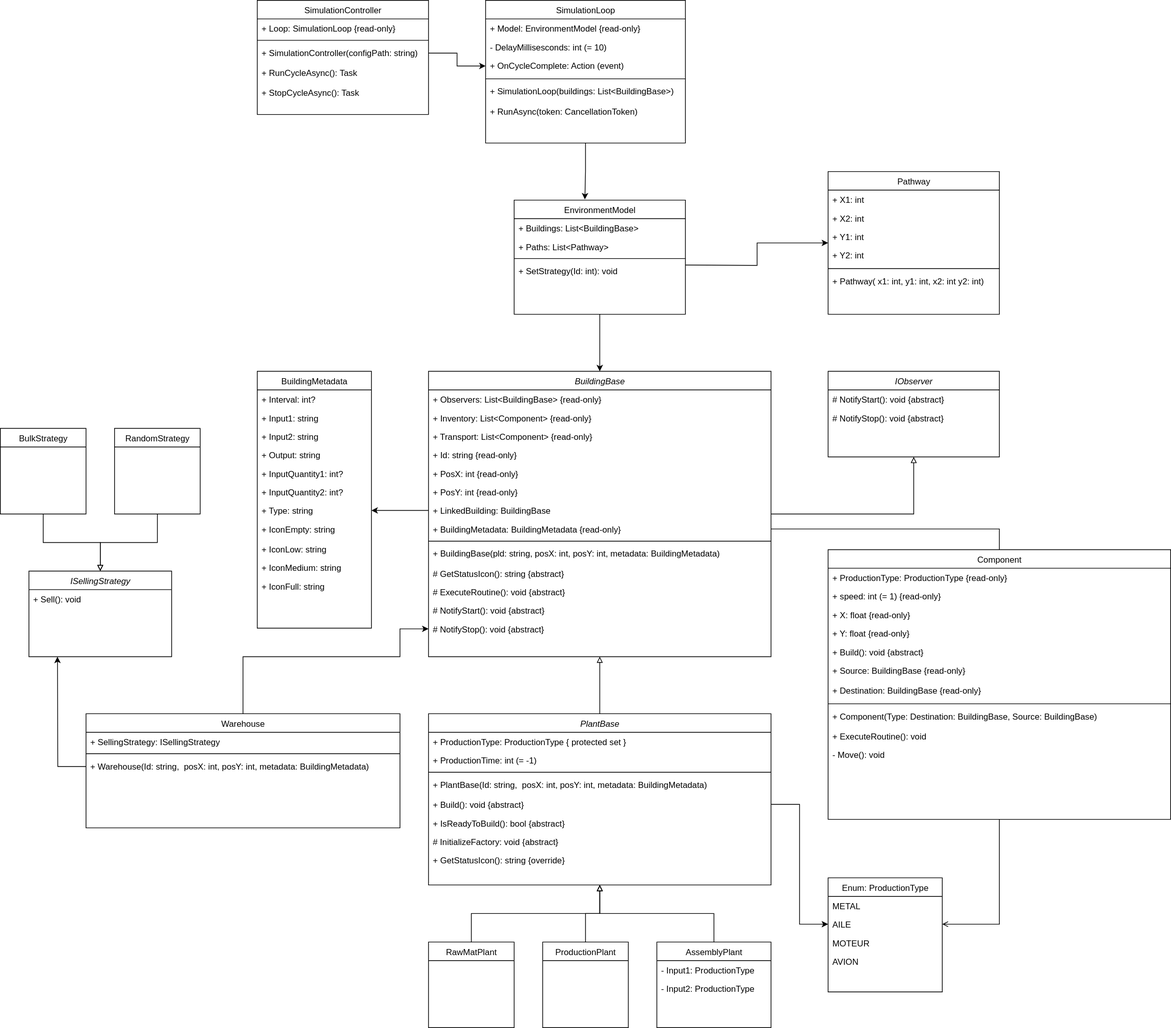
Before: Doc/Backend_UML.svg, a diagram exported from draw.io (FrancisLabine/OOP-Example-1). Source tidied: cells renumbered, new cells last; positions are measured from the earlier drawing's top-left corner, leaving out a move shared by most shapes.
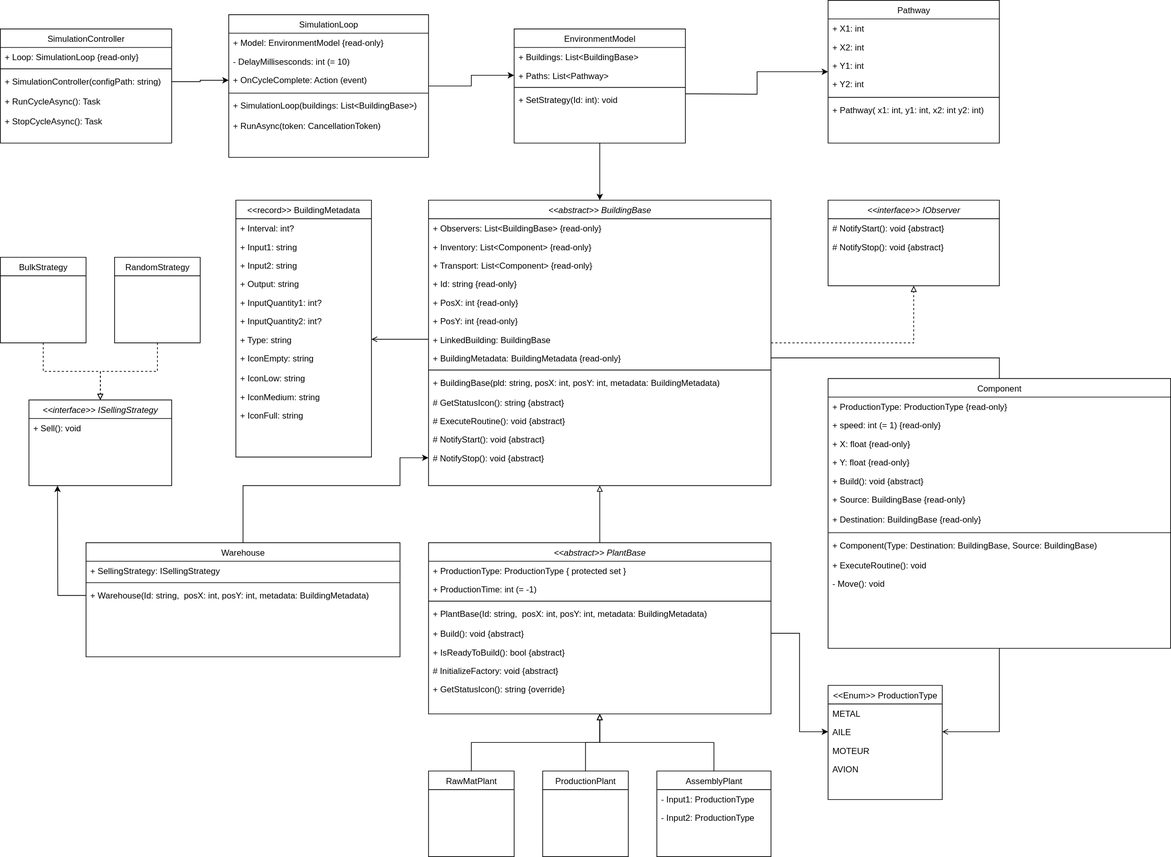
Above is the later version.

What changed in the source:
```diff
@@ -2,10 +2,10 @@
   <root>
     <mxCell id="0" />
     <mxCell id="1" parent="0" />
-    <mxCell id="2" style="edgeStyle=orthogonalEdgeStyle;rounded=0;jettySize=auto;html=1;entryX=0.5;entryY=1;entryDx=0;entryDy=0;endArrow=block;endFill=0;" parent="1" edge="1" source="3" target="79">
+    <mxCell id="2" style="edgeStyle=orthogonalEdgeStyle;rounded=0;jettySize=auto;html=1;entryX=0.5;entryY=1;entryDx=0;entryDy=0;endArrow=block;endFill=0;dashed=1;" parent="1" edge="1" source="3" target="79">
       <mxGeometry relative="1" as="geometry" />
     </mxCell>
-    <mxCell id="3" value="BuildingBase" style="swimlane;fontStyle=2;align=center;verticalAlign=top;horizontal=1;startSize=26;rounded=0;shadow=0;strokeWidth=1;" parent="1" vertex="1">
+    <mxCell id="3" value="&lt;&lt;abstract&gt;&gt; BuildingBase" style="swimlane;fontStyle=2;align=center;verticalAlign=top;horizontal=1;startSize=26;rounded=0;shadow=0;strokeWidth=1;" parent="1" vertex="1">
       <mxGeometry x="600" y="520" width="480" height="400" as="geometry" />
     </mxCell>
     <mxCell id="4" value="+ Observers: List&lt;BuildingBase&gt; {read-only}&#10;" style="text;align=left;verticalAlign=top;spacingLeft=4;spacingRight=4;overflow=hidden;" parent="3" vertex="1">
@@ -53,7 +53,7 @@
     <mxCell id="18" style="edgeStyle=orthogonalEdgeStyle;rounded=0;jettySize=auto;html=1;exitX=0.5;exitY=0;exitDx=0;exitDy=0;entryX=0.5;entryY=1;entryDx=0;entryDy=0;endArrow=block;endFill=0;" parent="1" edge="1" source="19" target="3">
       <mxGeometry relative="1" as="geometry" />
     </mxCell>
-    <mxCell id="19" value="PlantBase" style="swimlane;fontStyle=2;align=center;verticalAlign=top;horizontal=1;startSize=26;rounded=0;shadow=0;strokeWidth=1;" parent="1" vertex="1">
+    <mxCell id="19" value="&lt;&lt;abstract&gt;&gt; PlantBase" style="swimlane;fontStyle=2;align=center;verticalAlign=top;horizontal=1;startSize=26;rounded=0;shadow=0;strokeWidth=1;" parent="1" vertex="1">
       <mxGeometry x="600" y="1000" width="480" height="240" as="geometry" />
     </mxCell>
     <mxCell id="20" value="+ ProductionType: ProductionType { protected set }" style="text;align=left;verticalAlign=top;spacingLeft=4;spacingRight=4;overflow=hidden;" parent="19" vertex="1">
@@ -151,44 +151,44 @@
     <mxCell id="48" value="+ Pathway( x1: int, y1: int, x2: int y2: int)" style="text;align=left;verticalAlign=top;spacingLeft=4;spacingRight=4;overflow=hidden;" parent="42" vertex="1">
       <mxGeometry y="140" width="240" height="26" as="geometry" />
     </mxCell>
-    <mxCell id="49" value="BuildingMetadata" style="swimlane;fontStyle=0;align=center;verticalAlign=top;horizontal=1;startSize=26;rounded=0;shadow=0;strokeWidth=1;" parent="1" vertex="1">
-      <mxGeometry x="360" y="520" width="160" height="360" as="geometry" />
+    <mxCell id="49" value="&lt;&lt;record&gt;&gt; BuildingMetadata" style="swimlane;fontStyle=0;align=center;verticalAlign=top;horizontal=1;startSize=26;rounded=0;shadow=0;strokeWidth=1;" parent="1" vertex="1">
+      <mxGeometry x="330" y="520" width="190" height="360" as="geometry" />
     </mxCell>
     <mxCell id="50" value="+ Interval: int?&#10;" style="text;align=left;verticalAlign=top;spacingLeft=4;spacingRight=4;overflow=hidden;" parent="49" vertex="1">
-      <mxGeometry y="26" width="160" height="26" as="geometry" />
+      <mxGeometry y="26" width="190" height="26" as="geometry" />
     </mxCell>
     <mxCell id="51" value="+ Input1: string" style="text;align=left;verticalAlign=top;spacingLeft=4;spacingRight=4;overflow=hidden;rounded=0;shadow=0;html=0;" parent="49" vertex="1">
-      <mxGeometry y="52" width="160" height="26" as="geometry" />
+      <mxGeometry y="52" width="190" height="26" as="geometry" />
     </mxCell>
     <mxCell id="52" value="+ Input2: string" style="text;align=left;verticalAlign=top;spacingLeft=4;spacingRight=4;overflow=hidden;rounded=0;shadow=0;html=0;" parent="49" vertex="1">
-      <mxGeometry y="78" width="160" height="26" as="geometry" />
+      <mxGeometry y="78" width="190" height="26" as="geometry" />
     </mxCell>
     <mxCell id="53" value="+ Output: string" style="text;align=left;verticalAlign=top;spacingLeft=4;spacingRight=4;overflow=hidden;" parent="49" vertex="1">
-      <mxGeometry y="104" width="160" height="26" as="geometry" />
+      <mxGeometry y="104" width="190" height="26" as="geometry" />
     </mxCell>
     <mxCell id="54" value="+ InputQuantity1: int?" style="text;align=left;verticalAlign=top;spacingLeft=4;spacingRight=4;overflow=hidden;" parent="49" vertex="1">
-      <mxGeometry y="130" width="160" height="26" as="geometry" />
+      <mxGeometry y="130" width="190" height="26" as="geometry" />
     </mxCell>
     <mxCell id="55" value="+ InputQuantity2: int?" style="text;align=left;verticalAlign=top;spacingLeft=4;spacingRight=4;overflow=hidden;" parent="49" vertex="1">
-      <mxGeometry y="156" width="160" height="26" as="geometry" />
+      <mxGeometry y="156" width="190" height="26" as="geometry" />
     </mxCell>
     <mxCell id="56" value="+ Type: string" style="text;align=left;verticalAlign=top;spacingLeft=4;spacingRight=4;overflow=hidden;points=[[0,0.5],[1,0.5]];portConstraint=eastwest;" parent="49" vertex="1">
-      <mxGeometry y="182" width="160" height="26" as="geometry" />
+      <mxGeometry y="182" width="190" height="26" as="geometry" />
     </mxCell>
     <mxCell id="57" value="+ IconEmpty: string" style="text;align=left;verticalAlign=top;spacingLeft=4;spacingRight=4;overflow=hidden;" parent="49" vertex="1">
-      <mxGeometry y="208" width="160" height="28" as="geometry" />
+      <mxGeometry y="208" width="190" height="28" as="geometry" />
     </mxCell>
     <mxCell id="58" value="+ IconLow: string" style="text;align=left;verticalAlign=top;spacingLeft=4;spacingRight=4;overflow=hidden;" parent="49" vertex="1">
-      <mxGeometry y="236" width="160" height="26" as="geometry" />
+      <mxGeometry y="236" width="190" height="26" as="geometry" />
     </mxCell>
     <mxCell id="59" value="+ IconMedium: string" style="text;align=left;verticalAlign=top;spacingLeft=4;spacingRight=4;overflow=hidden;" parent="49" vertex="1">
-      <mxGeometry y="262" width="160" height="26" as="geometry" />
+      <mxGeometry y="262" width="190" height="26" as="geometry" />
     </mxCell>
     <mxCell id="60" value="+ IconFull: string" style="text;align=left;verticalAlign=top;spacingLeft=4;spacingRight=4;overflow=hidden;" parent="49" vertex="1">
-      <mxGeometry y="288" width="160" height="26" as="geometry" />
+      <mxGeometry y="288" width="190" height="26" as="geometry" />
     </mxCell>
-    <mxCell id="61" value="Enum: ProductionType" style="swimlane;fontStyle=0;align=center;verticalAlign=top;horizontal=1;startSize=26;rounded=0;shadow=0;strokeWidth=1;" parent="1" vertex="1">
-      <mxGeometry x="1160" y="1230" width="160" height="160" as="geometry" />
+    <mxCell id="61" value="&lt;&lt;Enum&gt;&gt; ProductionType" style="swimlane;fontStyle=0;align=center;verticalAlign=top;horizontal=1;startSize=26;rounded=0;shadow=0;strokeWidth=1;" parent="1" vertex="1">
+      <mxGeometry x="1160" y="1200" width="160" height="160" as="geometry" />
     </mxCell>
     <mxCell id="62" value="METAL" style="text;align=left;verticalAlign=top;spacingLeft=4;spacingRight=4;overflow=hidden;" parent="61" vertex="1">
       <mxGeometry y="26" width="160" height="26" as="geometry" />
@@ -241,7 +241,7 @@
     <mxCell id="78" value="- Move(): void" style="text;align=left;verticalAlign=top;spacingLeft=4;spacingRight=4;overflow=hidden;" parent="67" vertex="1">
       <mxGeometry y="274" width="480" height="26" as="geometry" />
     </mxCell>
-    <mxCell id="79" value="IObserver" style="swimlane;fontStyle=2;align=center;verticalAlign=top;horizontal=1;startSize=26;rounded=0;shadow=0;strokeWidth=1;" parent="1" vertex="1">
+    <mxCell id="79" value="&lt;&lt;interface&gt;&gt; IObserver" style="swimlane;fontStyle=2;align=center;verticalAlign=top;horizontal=1;startSize=26;rounded=0;shadow=0;strokeWidth=1;" parent="1" vertex="1">
       <mxGeometry x="1160" y="520" width="240" height="120" as="geometry" />
     </mxCell>
     <mxCell id="80" value="# NotifyStart(): void {abstract}" style="text;align=left;verticalAlign=top;spacingLeft=4;spacingRight=4;overflow=hidden;" parent="79" vertex="1">
@@ -250,26 +250,26 @@
     <mxCell id="81" value="# NotifyStop(): void {abstract}" style="text;align=left;verticalAlign=top;spacingLeft=4;spacingRight=4;overflow=hidden;" parent="79" vertex="1">
       <mxGeometry y="52" width="240" height="26" as="geometry" />
     </mxCell>
-    <mxCell id="82" value="ISellingStrategy" style="swimlane;fontStyle=2;align=center;verticalAlign=top;horizontal=1;startSize=26;rounded=0;shadow=0;strokeWidth=1;" parent="1" vertex="1">
+    <mxCell id="82" value="&lt;&lt;interface&gt;&gt; ISellingStrategy" style="swimlane;fontStyle=2;align=center;verticalAlign=top;horizontal=1;startSize=26;rounded=0;shadow=0;strokeWidth=1;" parent="1" vertex="1">
       <mxGeometry x="40" y="800" width="200" height="120" as="geometry" />
     </mxCell>
     <mxCell id="83" value="+ Sell(): void" style="text;align=left;verticalAlign=top;spacingLeft=4;spacingRight=4;overflow=hidden;" parent="82" vertex="1">
       <mxGeometry y="26" width="200" height="26" as="geometry" />
     </mxCell>
-    <mxCell id="84" style="edgeStyle=orthogonalEdgeStyle;rounded=0;jettySize=auto;html=1;entryX=0.5;entryY=0;entryDx=0;entryDy=0;endArrow=block;endFill=0;" parent="1" edge="1" source="85" target="82">
+    <mxCell id="84" style="edgeStyle=orthogonalEdgeStyle;rounded=0;jettySize=auto;html=1;entryX=0.5;entryY=0;entryDx=0;entryDy=0;endArrow=block;endFill=0;dashed=1;" parent="1" edge="1" source="85" target="82">
       <mxGeometry relative="1" as="geometry" />
     </mxCell>
     <mxCell id="85" value="BulkStrategy" style="swimlane;fontStyle=0;align=center;verticalAlign=top;horizontal=1;startSize=26;rounded=0;shadow=0;strokeWidth=1;" parent="1" vertex="1">
       <mxGeometry y="600" width="120" height="120" as="geometry" />
     </mxCell>
-    <mxCell id="86" style="edgeStyle=orthogonalEdgeStyle;rounded=0;jettySize=auto;html=1;entryX=0.5;entryY=0;entryDx=0;entryDy=0;endArrow=block;endFill=0;" parent="1" edge="1" source="87" target="82">
+    <mxCell id="86" style="edgeStyle=orthogonalEdgeStyle;rounded=0;jettySize=auto;html=1;entryX=0.5;entryY=0;entryDx=0;entryDy=0;endArrow=block;endFill=0;dashed=1;" parent="1" edge="1" source="87" target="82">
       <mxGeometry relative="1" as="geometry" />
     </mxCell>
     <mxCell id="87" value="RandomStrategy" style="swimlane;fontStyle=0;align=center;verticalAlign=top;horizontal=1;startSize=26;rounded=0;shadow=0;strokeWidth=1;" parent="1" vertex="1">
       <mxGeometry x="160" y="600" width="120" height="120" as="geometry" />
     </mxCell>
     <mxCell id="88" value="SimulationController" style="swimlane;fontStyle=0;align=center;verticalAlign=top;horizontal=1;startSize=26;rounded=0;shadow=0;strokeWidth=1;" parent="1" vertex="1">
-      <mxGeometry x="360" width="240" height="160" as="geometry" />
+      <mxGeometry y="280" width="240" height="160" as="geometry" />
     </mxCell>
     <mxCell id="89" value="+ Loop: SimulationLoop {read-only}" style="text;align=left;verticalAlign=top;spacingLeft=4;spacingRight=4;overflow=hidden;" parent="88" vertex="1">
       <mxGeometry y="26" width="240" height="26" as="geometry" />
@@ -286,8 +286,11 @@
     <mxCell id="93" value="+ StopCycleAsync(): Task" style="text;align=left;verticalAlign=top;spacingLeft=4;spacingRight=4;overflow=hidden;" parent="88" vertex="1">
       <mxGeometry y="116" width="240" height="26" as="geometry" />
     </mxCell>
+    <mxCell id="113" style="edgeStyle=orthogonalEdgeStyle;rounded=0;jettySize=auto;html=1;entryX=0;entryY=0.5;entryDx=0;entryDy=0;" parent="1" edge="1" source="94" target="104">
+      <mxGeometry relative="1" as="geometry" />
+    </mxCell>
     <mxCell id="94" value="SimulationLoop" style="swimlane;fontStyle=0;align=center;verticalAlign=top;horizontal=1;startSize=26;rounded=0;shadow=0;strokeWidth=1;" parent="1" vertex="1">
-      <mxGeometry x="680" width="280" height="200" as="geometry" />
+      <mxGeometry x="320" y="260" width="280" height="200" as="geometry" />
     </mxCell>
     <mxCell id="95" value="+ Model: EnvironmentModel {read-only}" style="text;align=left;verticalAlign=top;spacingLeft=4;spacingRight=4;overflow=hidden;rounded=0;shadow=0;html=0;" parent="94" vertex="1">
       <mxGeometry y="26" width="280" height="26" as="geometry" />
@@ -328,9 +331,6 @@
     <mxCell id="107" style="edgeStyle=orthogonalEdgeStyle;rounded=0;jettySize=auto;html=1;entryX=0;entryY=0.5;entryDx=0;entryDy=0;" parent="1" edge="1" source="91" target="97">
       <mxGeometry relative="1" as="geometry" />
     </mxCell>
-    <mxCell id="108" style="edgeStyle=orthogonalEdgeStyle;rounded=0;jettySize=auto;html=1;entryX=0.413;entryY=-0.006;entryDx=0;entryDy=0;entryPerimeter=0;" parent="1" edge="1" source="94" target="102">
-      <mxGeometry relative="1" as="geometry" />
-    </mxCell>
     <mxCell id="109" style="edgeStyle=orthogonalEdgeStyle;rounded=0;jettySize=auto;html=1;entryX=0;entryY=0.5;entryDx=0;entryDy=0;" parent="1" edge="1" target="42">
       <mxGeometry relative="1" as="geometry">
         <mxPoint x="960" y="371" as="sourcePoint" />
@@ -342,7 +342,7 @@
     <mxCell id="111" style="edgeStyle=orthogonalEdgeStyle;rounded=0;jettySize=auto;html=1;entryX=0;entryY=0.5;entryDx=0;entryDy=0;" parent="1" edge="1" source="24" target="63">
       <mxGeometry relative="1" as="geometry" />
     </mxCell>
-    <mxCell id="112" style="edgeStyle=orthogonalEdgeStyle;rounded=0;jettySize=auto;html=1;entryX=1;entryY=0.5;entryDx=0;entryDy=0;" parent="1" edge="1" source="10" target="56">
+    <mxCell id="112" style="edgeStyle=orthogonalEdgeStyle;rounded=0;jettySize=auto;html=1;entryX=1;entryY=0.5;entryDx=0;entryDy=0;endArrow=open;endFill=0;" parent="1" edge="1" source="10" target="56">
       <mxGeometry relative="1" as="geometry" />
     </mxCell>
   </root>
```
